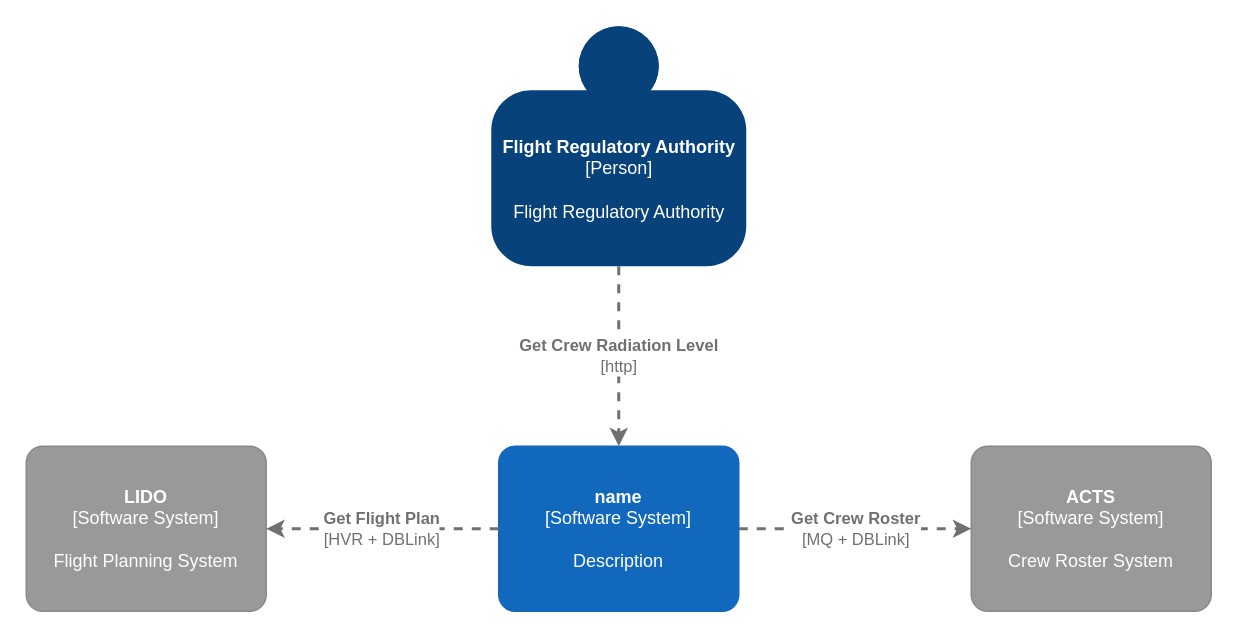
Earlier version of the draw.io diagram page "Page-1" (1 of 2) of Untitled Diagram.drawio (jayakumargit/Test1). Source tidied: cells renumbered, new cells numbered last; positions are measured from the earlier drawing's top-left corner, leaving out a move shared by most shapes. Both pictures are drawn from the tidied source at 150%, with x=0, y=0 at pixel (26, 26).
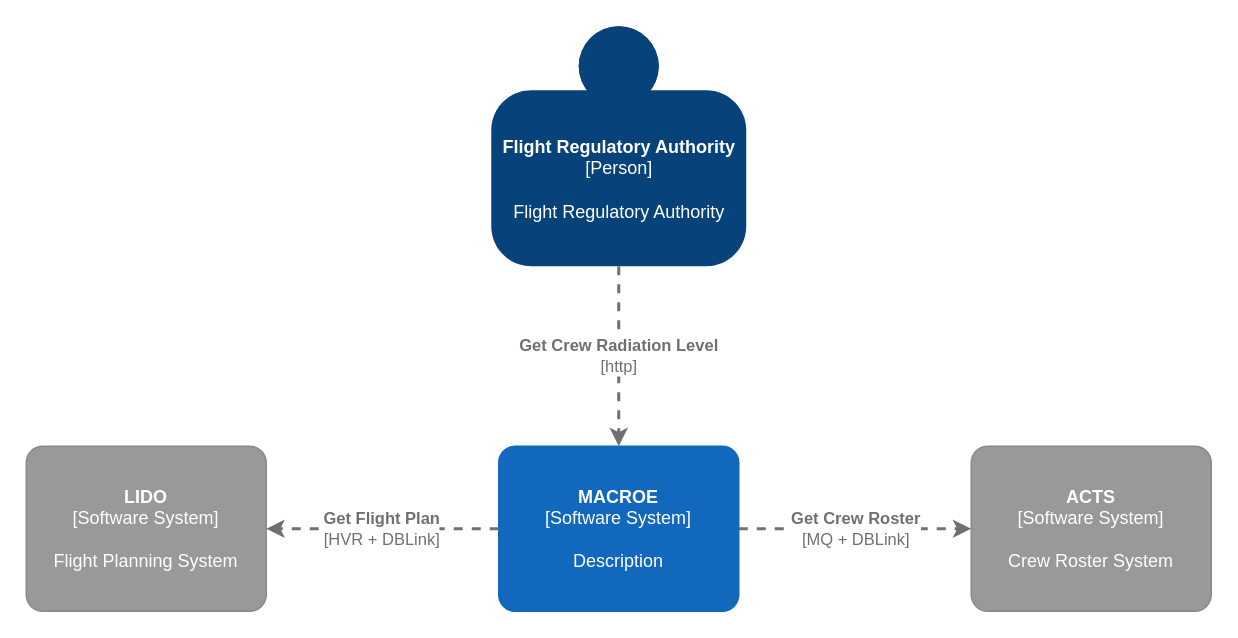
After the change.

Diff of the diagram source:
```diff
@@
 <mxGraphModel>
   <root>
     <mxCell id="0" />
     <mxCell id="1" parent="0" />
     <object id="2" label="&lt;b&gt;%c4Name%&lt;/b&gt;&lt;div&gt;[%c4Type%]&lt;/div&gt;&lt;br&gt;&lt;div&gt;%c4Description%&lt;/div&gt;" c4Description="Flight Regulatory Authority" c4Name="Flight Regulatory Authority" c4Type="Person" placeholders="1">
       <mxCell style="html=1;dashed=0;whitespace=wrap;fillColor=#08427b;strokeColor=none;fontColor=#ffffff;shape=mxgraph.c4.person;align=center;points=[[0.5,0,0],[1,0.5,0],[1,0.75,0],[0.75,1,0],[0.5,1,0],[0.25,1,0],[0,0.75,0],[0,0.5,0]];metaData={&quot;c4Type&quot;:{&quot;editable&quot;:false}};" parent="1" vertex="1">
         <mxGeometry x="310" width="170" height="160" as="geometry" />
       </mxCell>
     </object>
-    <object id="3" label="&lt;b&gt;%c4Name%&lt;/b&gt;&lt;div&gt;[%c4Type%]&lt;/div&gt;&lt;br&gt;&lt;div&gt;%c4Description%&lt;/div&gt;" c4Description="Description" c4Name="name" c4Type="Software System" placeholders="1">
+    <object id="3" label="&lt;b&gt;%c4Name%&lt;/b&gt;&lt;div&gt;[%c4Type%]&lt;/div&gt;&lt;br&gt;&lt;div&gt;%c4Description%&lt;/div&gt;" c4Description="Description" c4Name="MACROE" c4Type="Software System" placeholders="1">
       <mxCell style="rounded=1;whiteSpace=wrap;html=1;labelBackgroundColor=none;fillColor=#1168BD;fontColor=#ffffff;align=center;arcSize=10;strokeColor=#1168BD;metaData={&quot;c4Type&quot;:{&quot;editable&quot;:false}};points=[[0.25,0,0],[0.5,0,0],[0.75,0,0],[1,0.25,0],[1,0.5,0],[1,0.75,0],[0.75,1,0],[0.5,1,0],[0.25,1,0],[0,0.75,0],[0,0.5,0],[0,0.25,0]];" parent="1" vertex="1">
         <mxGeometry x="315" y="280" width="160" height="110" as="geometry" />
       </mxCell>
     </object>
     <object id="4" label="&lt;b&gt;%c4Name%&lt;/b&gt;&lt;div&gt;[%c4Type%]&lt;/div&gt;&lt;br&gt;&lt;div&gt;%c4Description%&lt;/div&gt;" c4Description="Flight Planning System" c4Name="LIDO" c4Type="Software System" placeholders="1">
       <mxCell style="rounded=1;whiteSpace=wrap;html=1;labelBackgroundColor=none;fillColor=#999999;fontColor=#ffffff;align=center;arcSize=10;strokeColor=#8A8A8A;metaData={&quot;c4Type&quot;:{&quot;editable&quot;:false}};points=[[0.25,0,0],[0.5,0,0],[0.75,0,0],[1,0.25,0],[1,0.5,0],[1,0.75,0],[0.75,1,0],[0.5,1,0],[0.25,1,0],[0,0.75,0],[0,0.5,0],[0,0.25,0]];" parent="1" vertex="1">
         <mxGeometry y="280" width="160" height="110" as="geometry" />
       </mxCell>
     </object>
     <object id="5" label="&lt;b&gt;%c4Name%&lt;/b&gt;&lt;div&gt;[%c4Type%]&lt;/div&gt;&lt;br&gt;&lt;div&gt;%c4Description%&lt;/div&gt;" c4Description="Crew Roster System" c4Name="ACTS" c4Type="Software System" placeholders="1">
       <mxCell style="rounded=1;whiteSpace=wrap;html=1;labelBackgroundColor=none;fillColor=#999999;fontColor=#ffffff;align=center;arcSize=10;strokeColor=#8A8A8A;metaData={&quot;c4Type&quot;:{&quot;editable&quot;:false}};points=[[0.25,0,0],[0.5,0,0],[0.75,0,0],[1,0.25,0],[1,0.5,0],[1,0.75,0],[0.75,1,0],[0.5,1,0],[0.25,1,0],[0,0.75,0],[0,0.5,0],[0,0.25,0]];" parent="1" vertex="1">
         <mxGeometry x="630" y="280" width="160" height="110" as="geometry" />
       </mxCell>
     </object>
     <object id="6" label="&lt;div style=&quot;text-align: left&quot;&gt;&lt;div style=&quot;text-align: center&quot;&gt;&lt;b&gt;%c4Description%&lt;/b&gt;&lt;/div&gt;&lt;div style=&quot;text-align: center&quot;&gt;[%c4Technology%]&lt;/div&gt;&lt;/div&gt;" c4Description="Get Crew Radiation Level" c4Technology="http" placeholders="1">
       <mxCell style="edgeStyle=none;rounded=0;html=1;jettySize=auto;strokeColor=#707070;strokeWidth=2;fontColor=#707070;jumpStyle=none;dashed=1;metaData={&quot;c4Type&quot;:{&quot;editable&quot;:false}};" parent="1" edge="1" source="2" target="3">
         <mxGeometry relative="1" as="geometry" />
       </mxCell>
     </object>
     <object id="7" label="&lt;div style=&quot;text-align: left&quot;&gt;&lt;div style=&quot;text-align: center&quot;&gt;&lt;b&gt;%c4Description%&lt;/b&gt;&lt;/div&gt;&lt;div style=&quot;text-align: center&quot;&gt;[%c4Technology%]&lt;/div&gt;&lt;/div&gt;" c4Description="Get Crew Roster" c4Technology="MQ + DBLink" placeholders="1">
       <mxCell style="edgeStyle=none;rounded=0;html=1;entryX=0;entryY=0.5;jettySize=auto;strokeColor=#707070;strokeWidth=2;fontColor=#707070;jumpStyle=none;dashed=1;metaData={&quot;c4Type&quot;:{&quot;editable&quot;:false}};entryDx=0;entryDy=0;entryPerimeter=0;exitX=1;exitY=0.5;exitDx=0;exitDy=0;exitPerimeter=0;" parent="1" edge="1" source="3" target="5">
         <mxGeometry relative="1" as="geometry" />
       </mxCell>
     </object>
     <object id="8" label="&lt;div style=&quot;text-align: left&quot;&gt;&lt;div style=&quot;text-align: center&quot;&gt;&lt;b&gt;%c4Description%&lt;/b&gt;&lt;/div&gt;&lt;div style=&quot;text-align: center&quot;&gt;[%c4Technology%]&lt;/div&gt;&lt;/div&gt;" c4Description="Get Flight Plan" c4Technology="HVR + DBLink" placeholders="1">
       <mxCell style="edgeStyle=none;rounded=0;html=1;jettySize=auto;strokeColor=#707070;strokeWidth=2;fontColor=#707070;jumpStyle=none;dashed=1;metaData={&quot;c4Type&quot;:{&quot;editable&quot;:false}};" parent="1" edge="1" source="3" target="4">
         <mxGeometry relative="1" as="geometry" />
       </mxCell>
     </object>
   </root>
 </mxGraphModel>
```
